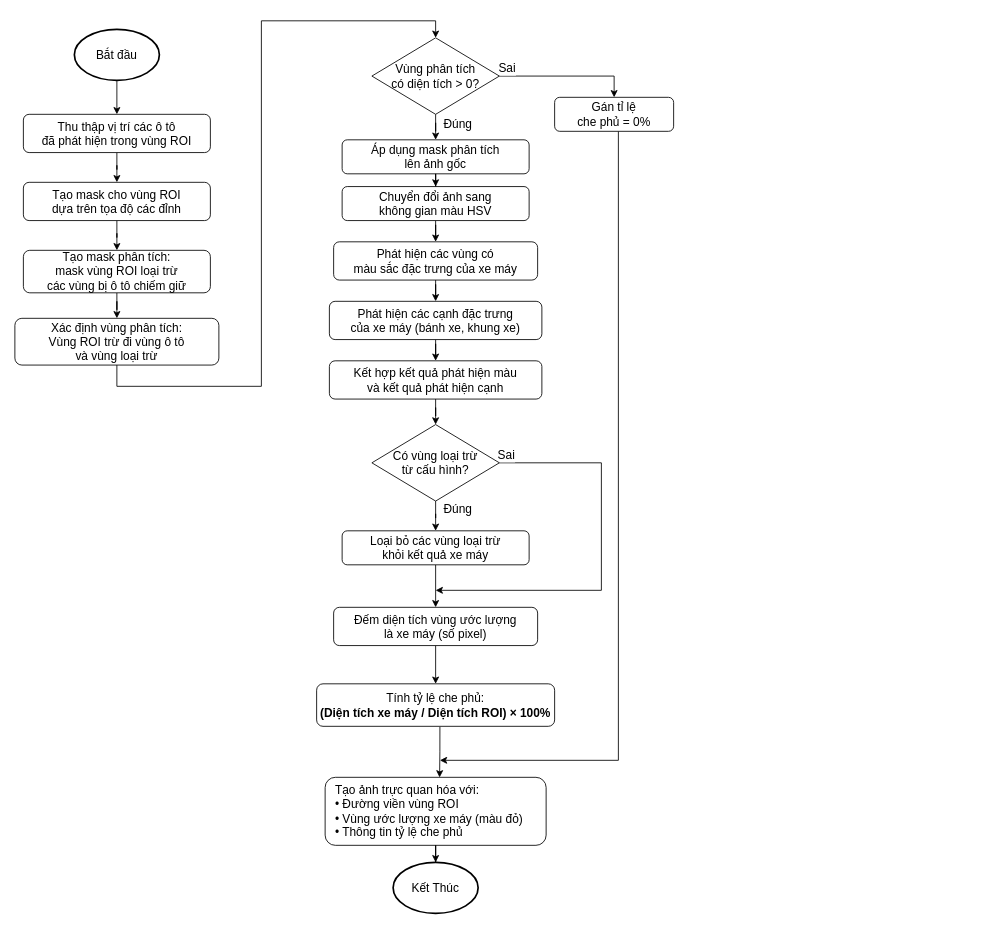
Before: fig/drawio/motorbike_coverage.drawio in Denzaro/DATN_Thesis, a draw.io diagram. Source tidied: cells renumbered, new cells numbered last; positions are measured from the earlier drawing's top-left corner, leaving out a move shared by most shapes. Both pictures are drawn from the tidied source at 85%, with x=0, y=0 at pixel (14, 20).
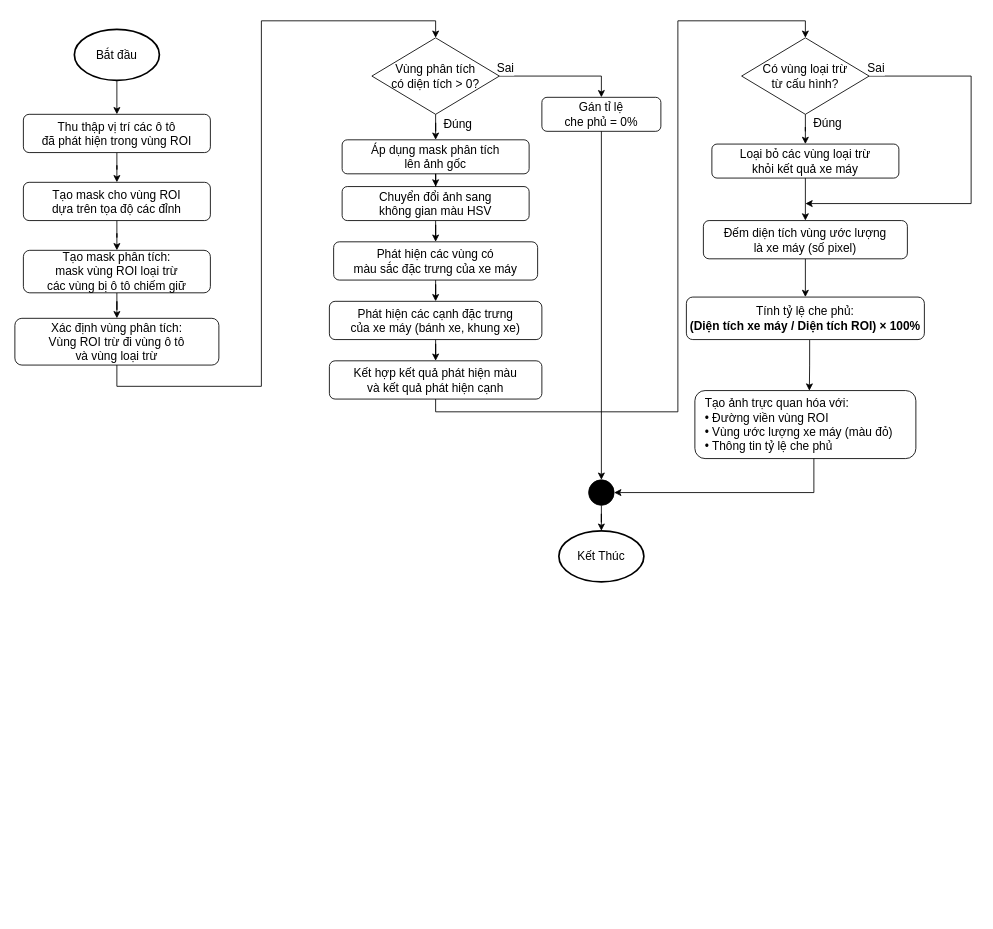
Above is the later version.

The change refers to these unchanged cells:
```xml
<mxCell id="26" value="Kết hợp kết quả phát hiện màu&lt;br&gt;và kết quả phát hiện cạnh" style="rounded=1;whiteSpace=wrap;html=1;fontSize=14;" parent="1" vertex="1">
  <mxGeometry x="370" y="400" width="250" height="45" as="geometry" />
</mxCell>
```

Change to the diagram source:
```diff
@@
     <mxCell id="25" style="edgeStyle=orthogonalEdgeStyle;rounded=0;jettySize=auto;html=1;entryX=0.5;entryY=0;entryDx=0;entryDy=0;" parent="1" edge="1" source="26" target="31">
-      <mxGeometry relative="1" as="geometry" />
+      <mxGeometry relative="1" as="geometry">
+        <Array as="points">
+          <mxPoint x="495" y="460" />
+          <mxPoint x="780" y="460" />
+          <mxPoint x="780" />
+          <mxPoint x="930" />
+        </Array>
+      </mxGeometry>
     </mxCell>
@@
     <mxCell id="29" style="edgeStyle=orthogonalEdgeStyle;rounded=0;jettySize=auto;html=1;" parent="1" edge="1" source="31">
       <mxGeometry relative="1" as="geometry">
-        <mxPoint x="495" y="670" as="targetPoint" />
+        <mxPoint x="930" y="215" as="targetPoint" />
         <Array as="points">
-          <mxPoint x="690" y="520" />
-          <mxPoint x="690" y="670" />
+          <mxPoint x="1125" y="65" />
+          <mxPoint x="1125" y="215" />
         </Array>
       </mxGeometry>
     </mxCell>
@@
     <mxCell id="31" value="Có vùng loại trừ&lt;br&gt;từ cấu hình?" style="rhombus;whiteSpace=wrap;html=1;fontSize=14;" parent="1" vertex="1">
-      <mxGeometry x="420" y="475" width="150" height="90" as="geometry" />
+      <mxGeometry x="855" y="20" width="150" height="90" as="geometry" />
     </mxCell>
@@
     <mxCell id="33" value="Loại bỏ các vùng loại trừ&lt;br&gt;khỏi kết quả xe máy" style="rounded=1;whiteSpace=wrap;html=1;fontSize=14;" parent="1" vertex="1">
-      <mxGeometry x="385" y="600" width="220" height="40" as="geometry" />
+      <mxGeometry x="820" y="145" width="220" height="40" as="geometry" />
     </mxCell>
@@
     <mxCell id="35" value="Đếm diện tích vùng ước lượng&lt;br&gt;là xe máy (số pixel)" style="rounded=1;whiteSpace=wrap;html=1;fontSize=14;" parent="1" vertex="1">
-      <mxGeometry x="375" y="690" width="240" height="45" as="geometry" />
+      <mxGeometry x="810" y="235" width="240" height="45" as="geometry" />
     </mxCell>
@@
     <mxCell id="37" value="Tính tỷ lệ che phủ:&lt;br&gt;&lt;b&gt;(Diện tích xe máy / Diện tích ROI) × 100%&lt;/b&gt;" style="rounded=1;whiteSpace=wrap;html=1;fontSize=14;fontStyle=0;" parent="1" vertex="1">
-      <mxGeometry x="355" y="780" width="280" height="50" as="geometry" />
+      <mxGeometry x="790" y="325" width="280" height="50" as="geometry" />
     </mxCell>
     <mxCell id="38" value="Tạo ảnh trực quan hóa với:&lt;br&gt;• Đường viền vùng ROI&lt;br&gt;• Vùng ước lượng xe máy (màu đỏ)&lt;br&gt;• Thông tin tỷ lệ che phủ" style="rounded=1;whiteSpace=wrap;html=1;fontSize=14;align=left;spacingLeft=10;" parent="1" vertex="1">
-      <mxGeometry x="365" y="890" width="260" height="80" as="geometry" />
+      <mxGeometry x="800" y="435" width="260" height="80" as="geometry" />
     </mxCell>
     <mxCell id="39" value="Kết Thúc" style="strokeWidth=2;html=1;shape=mxgraph.flowchart.start_1;whiteSpace=wrap;fontSize=14;" parent="1" vertex="1">
-      <mxGeometry x="445" y="990" width="100" height="60" as="geometry" />
+      <mxGeometry x="640" y="600" width="100" height="60" as="geometry" />
     </mxCell>
-    <mxCell id="40" style="edgeStyle=orthogonalEdgeStyle;rounded=0;jettySize=auto;html=1;entryX=0.5;entryY=0;entryDx=0;entryDy=0;entryPerimeter=0;" parent="1" edge="1" source="38" target="39">
-      <mxGeometry relative="1" as="geometry" />
-    </mxCell>
-    <mxCell id="41" style="edgeStyle=orthogonalEdgeStyle;rounded=0;jettySize=auto;html=1;" parent="1" edge="1" source="42">
-      <mxGeometry relative="1" as="geometry">
-        <mxPoint x="500" y="870" as="targetPoint" />
-        <Array as="points">
-          <mxPoint x="710" y="870" />
-        </Array>
-      </mxGeometry>
-    </mxCell>
     <mxCell id="42" value="Gán tỉ lệ &lt;br&gt;che phủ = 0%" style="rounded=1;whiteSpace=wrap;html=1;fontSize=14;" parent="1" vertex="1">
-      <mxGeometry x="635" y="90" width="140" height="40" as="geometry" />
+      <mxGeometry x="620" y="90" width="140" height="40" as="geometry" />
     </mxCell>
+    <mxCell id="43" style="verticalLabelPosition=bottom;verticalAlign=top;html=1;shape=mxgraph.flowchart.on-page_reference;fillColor=light-dark(#000000,#FFFFFF);" parent="1" vertex="1">
+      <mxGeometry x="675" y="540" width="30" height="30" as="geometry" />
+    </mxCell>
+    <mxCell id="44" style="edgeStyle=orthogonalEdgeStyle;rounded=0;jettySize=auto;html=1;entryX=1;entryY=0.5;entryDx=0;entryDy=0;entryPerimeter=0;" parent="1" edge="1" source="38" target="43">
+      <mxGeometry relative="1" as="geometry">
+        <Array as="points">
+          <mxPoint x="940" y="555" />
+        </Array>
+      </mxGeometry>
+    </mxCell>
+    <mxCell id="45" style="edgeStyle=orthogonalEdgeStyle;rounded=0;jettySize=auto;html=1;entryX=0.5;entryY=0;entryDx=0;entryDy=0;entryPerimeter=0;" parent="1" edge="1" source="42" target="43">
+      <mxGeometry relative="1" as="geometry" />
+    </mxCell>
+    <mxCell id="46" style="edgeStyle=orthogonalEdgeStyle;rounded=0;jettySize=auto;html=1;entryX=0.5;entryY=0;entryDx=0;entryDy=0;entryPerimeter=0;" parent="1" edge="1" source="43" target="39">
+      <mxGeometry relative="1" as="geometry" />
+    </mxCell>
```
